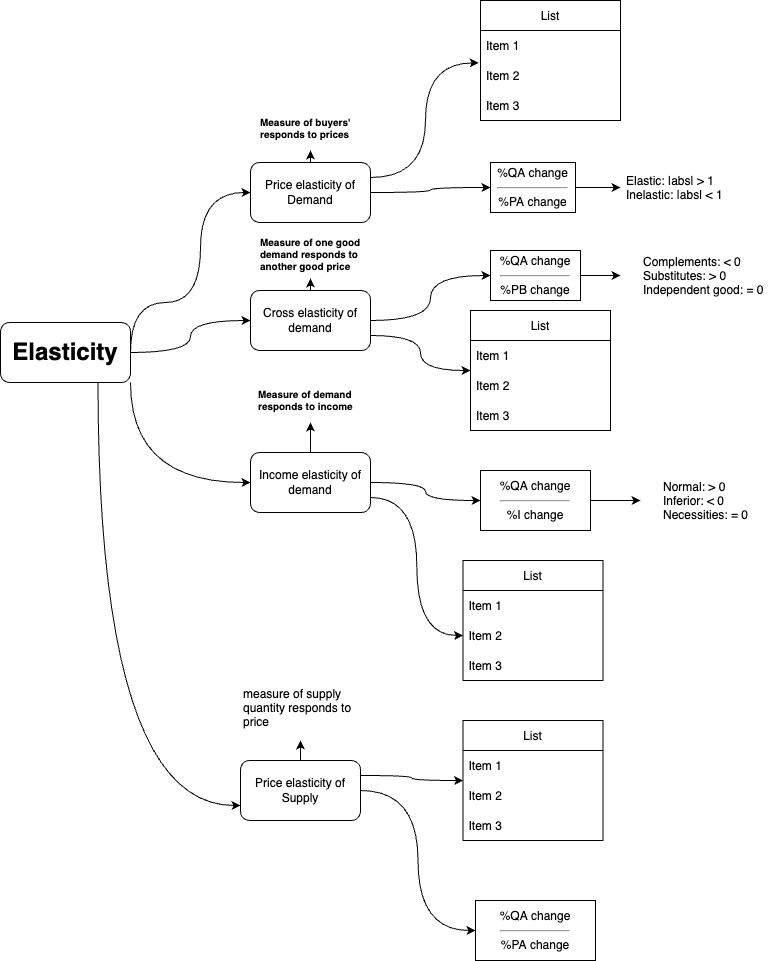
Earlier version of the draw.io export Elasticity.png (Linglei1226/Data_Science). Source tidied: cells renumbered, new cells last; positions are measured from the earlier drawing's top-left corner, leaving out a move shared by most shapes.
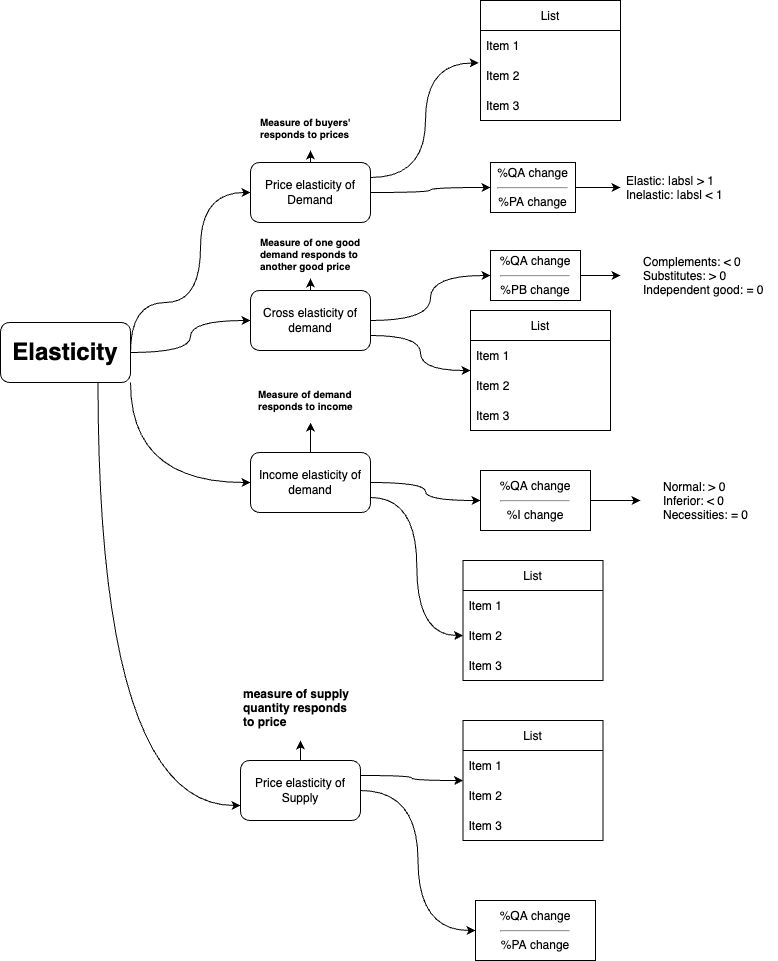
Above is the later version.

Diff of the diagram source:
```diff
@@ -153,7 +153,7 @@
     <mxCell id="48" value="&lt;h5&gt;Measure of demand responds to income&lt;/h5&gt;" style="text;html=1;strokeColor=none;fillColor=none;spacing=5;spacingTop=-20;whiteSpace=wrap;overflow=hidden;rounded=0;" parent="1" vertex="1">
       <mxGeometry x="252.6" y="382" width="114.8" height="40" as="geometry" />
     </mxCell>
-    <mxCell id="49" value="&lt;h5&gt;&lt;span style=&quot;background-color: initial; font-size: 12px; font-weight: normal;&quot;&gt;measure of supply quantity responds to price&lt;/span&gt;&lt;/h5&gt;" style="text;html=1;strokeColor=none;fillColor=none;spacing=5;spacingTop=-20;whiteSpace=wrap;overflow=hidden;rounded=0;" parent="1" vertex="1">
+    <mxCell id="49" value="&lt;h5&gt;&lt;span style=&quot;background-color: initial; font-size: 12px;&quot;&gt;measure of supply quantity responds to price&lt;/span&gt;&lt;/h5&gt;" style="text;html=1;strokeColor=none;fillColor=none;spacing=5;spacingTop=-20;whiteSpace=wrap;overflow=hidden;rounded=0;" parent="1" vertex="1">
       <mxGeometry x="237.5" y="680" width="125" height="60" as="geometry" />
     </mxCell>
     <mxCell id="50" value="Elastic: |abs| &gt; 1&#10;Inelastic: |abs| &lt; 1" style="text;strokeColor=none;fillColor=none;align=left;verticalAlign=middle;spacingLeft=4;spacingRight=4;overflow=hidden;points=[[0,0.5],[1,0.5]];portConstraint=eastwest;" parent="1" vertex="1">
```
